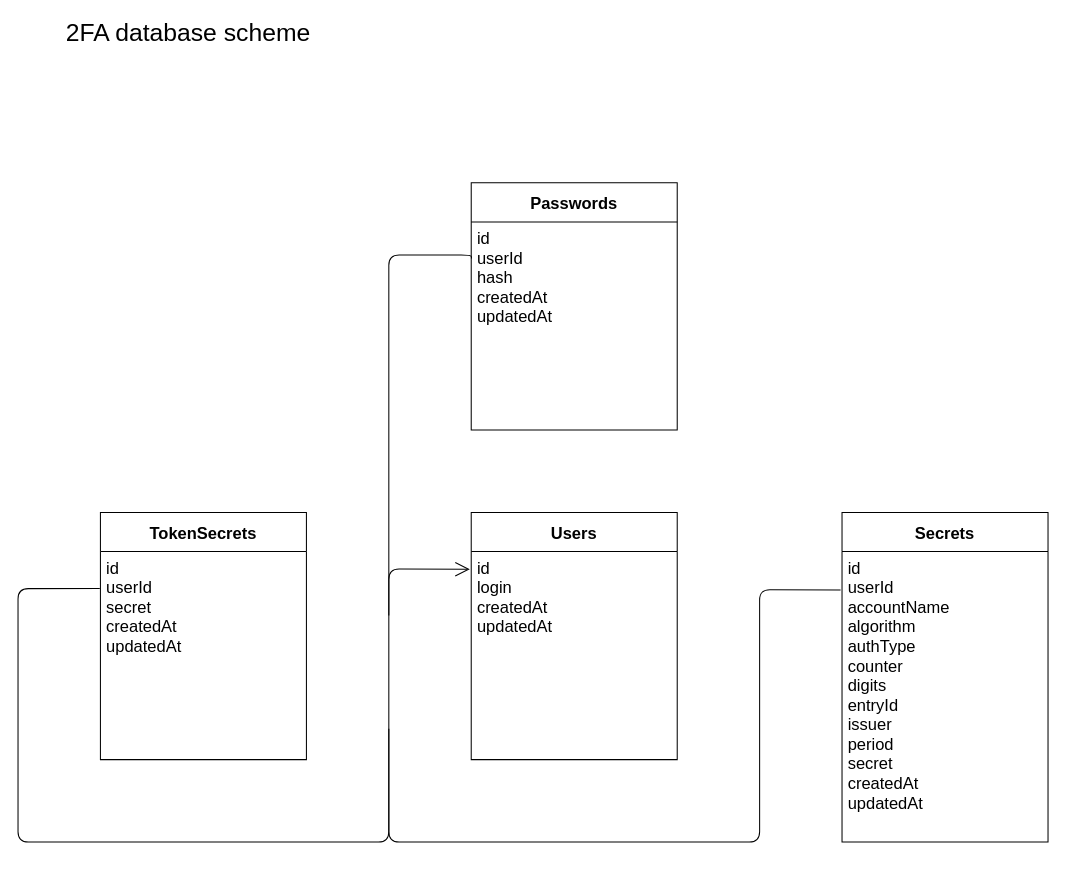
peterdee/2fa-backend keeps this draw.io diagram as 2fa-database.drawio. Above is the earlier version. Source tidied: cells renumbered, new cells numbered last; positions are measured from the earlier drawing's top-left corner, leaving out a move shared by most shapes. Both pictures are drawn from the tidied source at 103%, with x=0, y=0 at pixel (18, 18).
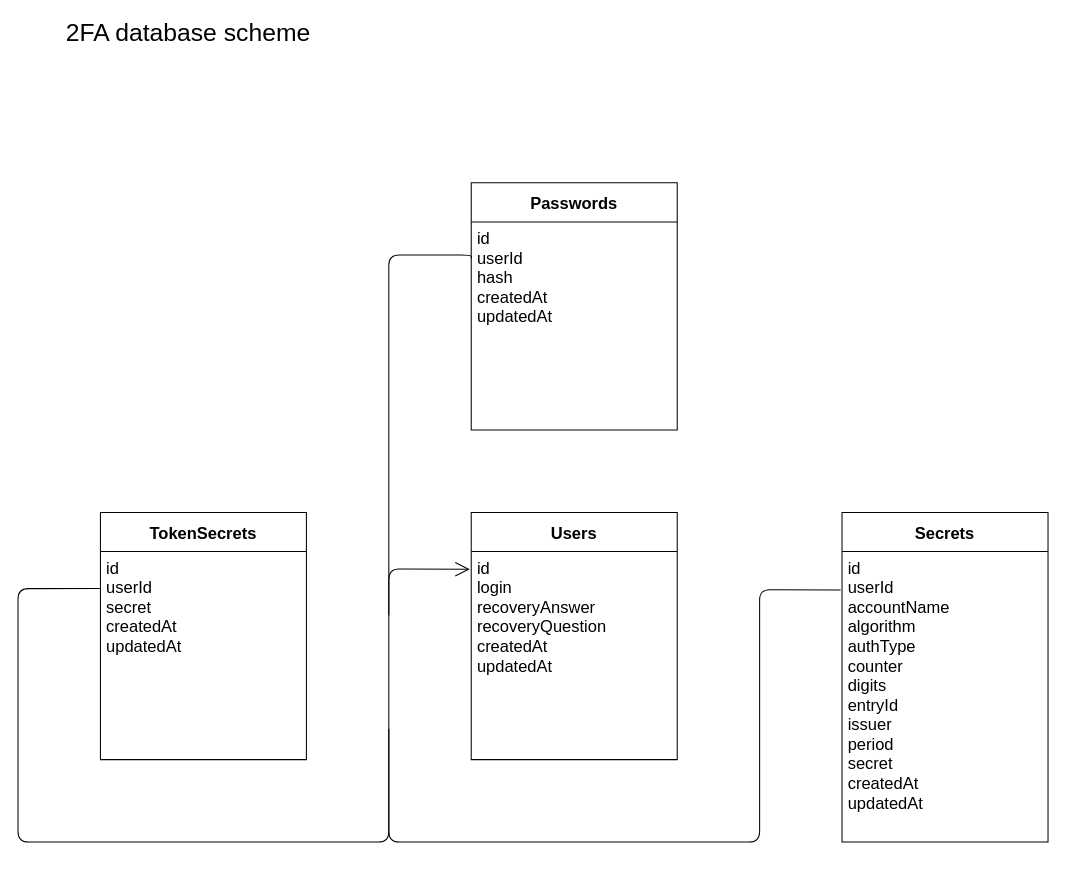
After the change.

Commit message (it also covers changes not shown here):
Store Account Recovery data in the database

Unchanged cells that the change refers to:
```xml
<mxCell id="2" value="Users" style="swimlane;fontStyle=1;horizontal=1;startSize=38;glass=0;rounded=0;comic=0;shadow=0;fontSize=16;align=center;" parent="1" vertex="1">
  <mxGeometry x="440" y="480" width="200" height="240" as="geometry" />
</mxCell>
```

Change to the diagram source:
```diff
@@
-    <mxCell id="3" value="id&#10;login&#10;createdAt&#10;updatedAt" style="text;align=left;verticalAlign=top;spacingLeft=4;spacingRight=4;overflow=hidden;points=[[0,0.5],[1,0.5]];portConstraint=eastwest;fontSize=16;" parent="2" vertex="1">
+    <mxCell id="3" value="id&#10;login&#10;recoveryAnswer&#10;recoveryQuestion&#10;createdAt&#10;updatedAt" style="text;align=left;verticalAlign=top;spacingLeft=4;spacingRight=4;overflow=hidden;points=[[0,0.5],[1,0.5]];portConstraint=eastwest;fontSize=16;" parent="2" vertex="1">
       <mxGeometry y="38" width="200" height="202" as="geometry" />
     </mxCell>
```
